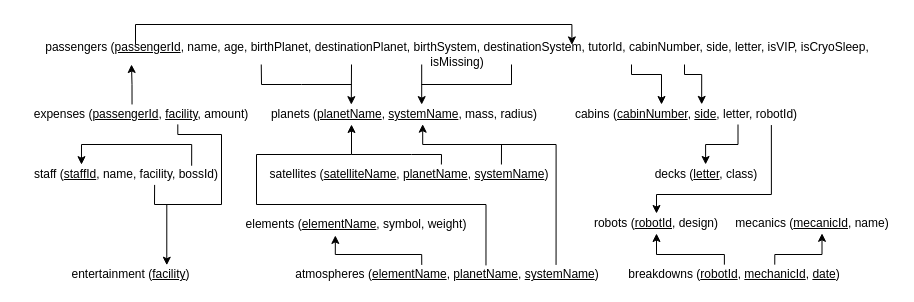
javierdesant/Titanic-DB-Rescue keeps this draw.io diagram as docs/tables_schema.drawio. Above is the earlier version. Source tidied: cells renumbered, new cells numbered last; positions are measured from the earlier drawing's top-left corner, leaving out a move shared by most shapes. Both pictures are drawn from the tidied source at 100%, with x=0, y=0 at pixel (17, 24).
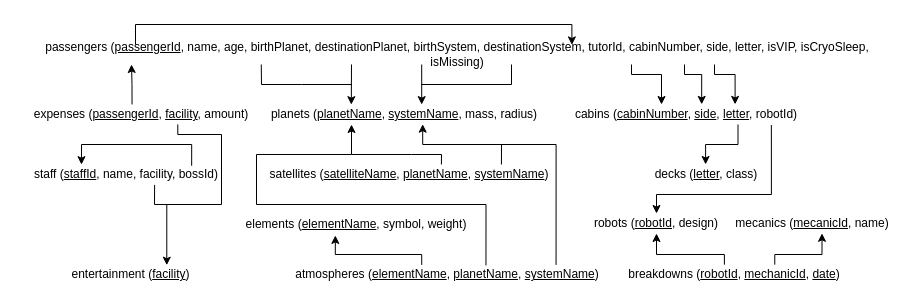
Above is the later version.

Commit message (it also covers changes not shown here):
fix: update tables schema

Diff of the diagram source:
```diff
@@
-    <mxCell id="7" value="cabins (&lt;u&gt;cabinNumber&lt;/u&gt;, &lt;u&gt;side&lt;/u&gt;, letter, robotId)" style="text;html=1;align=center;verticalAlign=middle;whiteSpace=wrap;rounded=0;" parent="1" vertex="1">
+    <mxCell id="7" value="cabins (&lt;u&gt;cabinNumber&lt;/u&gt;, &lt;u&gt;side&lt;/u&gt;, &lt;u&gt;letter&lt;/u&gt;, robotId)" style="text;html=1;align=center;verticalAlign=middle;whiteSpace=wrap;rounded=0;" parent="1" vertex="1">
       <mxGeometry x="554" y="80" width="230" height="20" as="geometry" />
     </mxCell>
@@
+    <mxCell id="35" style="edgeStyle=orthogonalEdgeStyle;rounded=0;orthogonalLoop=1;jettySize=auto;html=1;entryX=0.694;entryY=-0.005;entryDx=0;entryDy=0;entryPerimeter=0;" parent="1" edge="1">
+      <mxGeometry relative="1" as="geometry">
+        <mxPoint x="697" y="40" as="sourcePoint" />
+        <mxPoint x="717.6" y="79.9" as="targetPoint" />
+        <Array as="points">
+          <mxPoint x="697" y="50" />
+          <mxPoint x="718" y="50" />
+          <mxPoint x="718" y="80" />
+        </Array>
+      </mxGeometry>
+    </mxCell>
```
